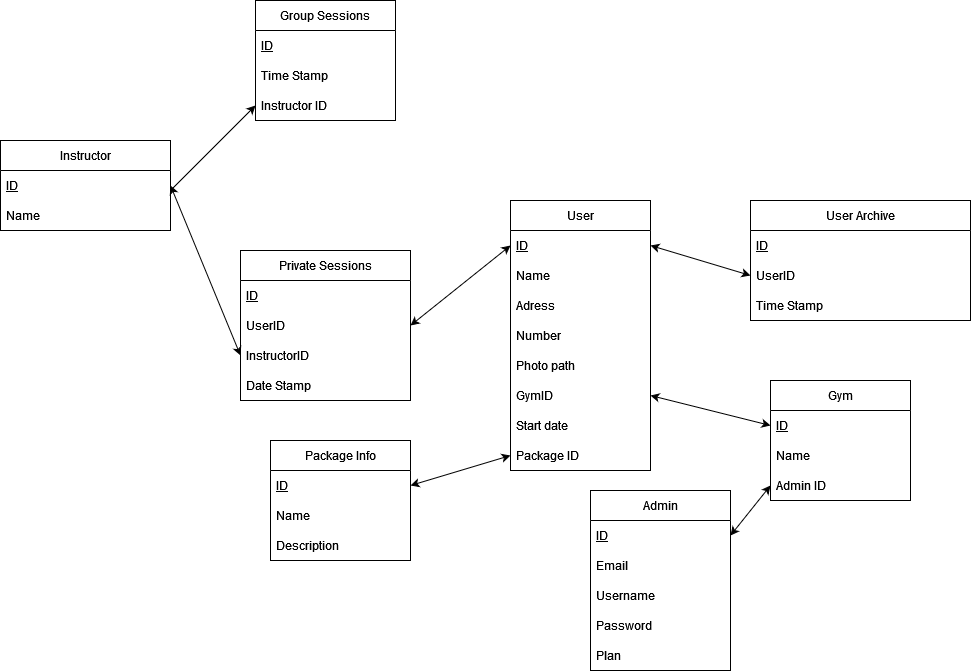
Before: Baza/baza.png, a diagram exported from draw.io (kimleta/PHP-Gym-Software). Source tidied: cells renumbered, new cells last; positions are measured from the earlier drawing's top-left corner, leaving out a move shared by most shapes.
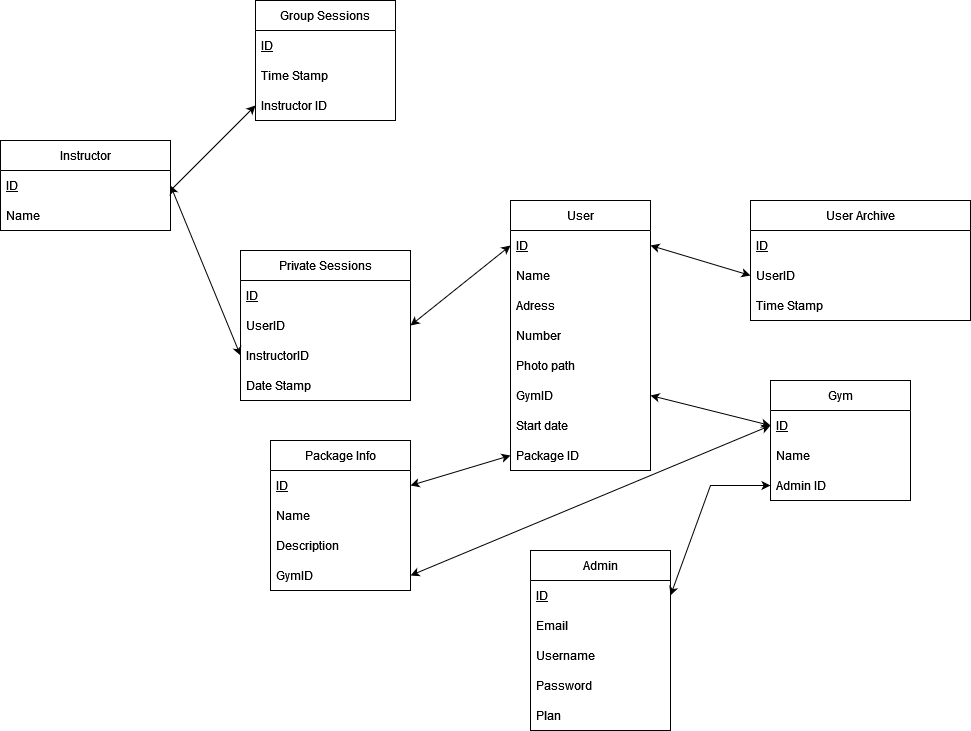
Above is the later version.

What changed in the source:
```diff
@@ -95,7 +95,7 @@
       </mxGeometry>
     </mxCell>
     <mxCell id="32" value="Admin" style="swimlane;fontStyle=0;horizontal=1;startSize=30;" parent="1" vertex="1">
-      <mxGeometry x="590" y="490" width="140" height="180" as="geometry" />
+      <mxGeometry x="530" y="550" width="140" height="180" as="geometry" />
     </mxCell>
     <mxCell id="33" value="ID" style="text;strokeColor=none;fillColor=none;align=left;verticalAlign=middle;spacingLeft=4;spacingRight=4;overflow=hidden;points=[[0,0.5],[1,0.5]];portConstraint=eastwest;fontStyle=4;" parent="32" vertex="1">
       <mxGeometry y="30" width="140" height="30" as="geometry" />
@@ -113,7 +113,7 @@
       <mxGeometry y="150" width="140" height="30" as="geometry" />
     </mxCell>
     <mxCell id="38" value="Package Info" style="swimlane;fontStyle=0;horizontal=1;startSize=30;" parent="1" vertex="1">
-      <mxGeometry x="270" y="440" width="140" height="120" as="geometry" />
+      <mxGeometry x="270" y="440" width="140" height="150" as="geometry" />
     </mxCell>
     <mxCell id="39" value="ID" style="text;strokeColor=none;fillColor=none;align=left;verticalAlign=middle;spacingLeft=4;spacingRight=4;overflow=hidden;points=[[0,0.5],[1,0.5]];portConstraint=eastwest;fontStyle=4;" parent="38" vertex="1">
       <mxGeometry y="30" width="140" height="30" as="geometry" />
@@ -124,8 +124,15 @@
     <mxCell id="41" value="Description" style="text;strokeColor=none;fillColor=none;align=left;verticalAlign=middle;spacingLeft=4;spacingRight=4;overflow=hidden;" parent="38" vertex="1">
       <mxGeometry y="90" width="140" height="30" as="geometry" />
     </mxCell>
+    <mxCell id="48" value="GymID" style="text;strokeColor=none;fillColor=none;align=left;verticalAlign=middle;spacingLeft=4;spacingRight=4;overflow=hidden;points=[[0,0.5],[1,0.5]];portConstraint=eastwest;" parent="38" vertex="1">
+      <mxGeometry y="120" width="140" height="30" as="geometry" />
+    </mxCell>
     <mxCell id="42" style="endArrow=classic;startArrow=classic;html=1;rounded=0;exitX=1;exitY=0.5;exitDx=0;exitDy=0;entryX=0;entryY=0.5;entryDx=0;entryDy=0;" parent="1" edge="1" source="33" target="14">
-      <mxGeometry relative="1" as="geometry" />
+      <mxGeometry relative="1" as="geometry">
+        <Array as="points">
+          <mxPoint x="710" y="485" />
+        </Array>
+      </mxGeometry>
     </mxCell>
     <mxCell id="43" style="endArrow=classic;startArrow=classic;html=1;rounded=0;entryX=0;entryY=0.5;entryDx=0;entryDy=0;exitX=1;exitY=0.5;exitDx=0;exitDy=0;" parent="1" edge="1" source="8" target="12">
       <mxGeometry relative="1" as="geometry" />
@@ -142,5 +149,8 @@
     <mxCell id="47" style="endArrow=classic;startArrow=classic;html=1;rounded=0;entryX=0;entryY=0.5;entryDx=0;entryDy=0;exitX=1;exitY=0.5;exitDx=0;exitDy=0;" parent="1" edge="1" source="39" target="10">
       <mxGeometry relative="1" as="geometry" />
     </mxCell>
+    <mxCell id="49" style="endArrow=classic;startArrow=classic;html=1;rounded=0;entryX=0;entryY=0.5;entryDx=0;entryDy=0;exitX=1;exitY=0.5;exitDx=0;exitDy=0;" parent="1" edge="1" source="48" target="12">
+      <mxGeometry relative="1" as="geometry" />
+    </mxCell>
   </root>
 </mxGraphModel>
```
